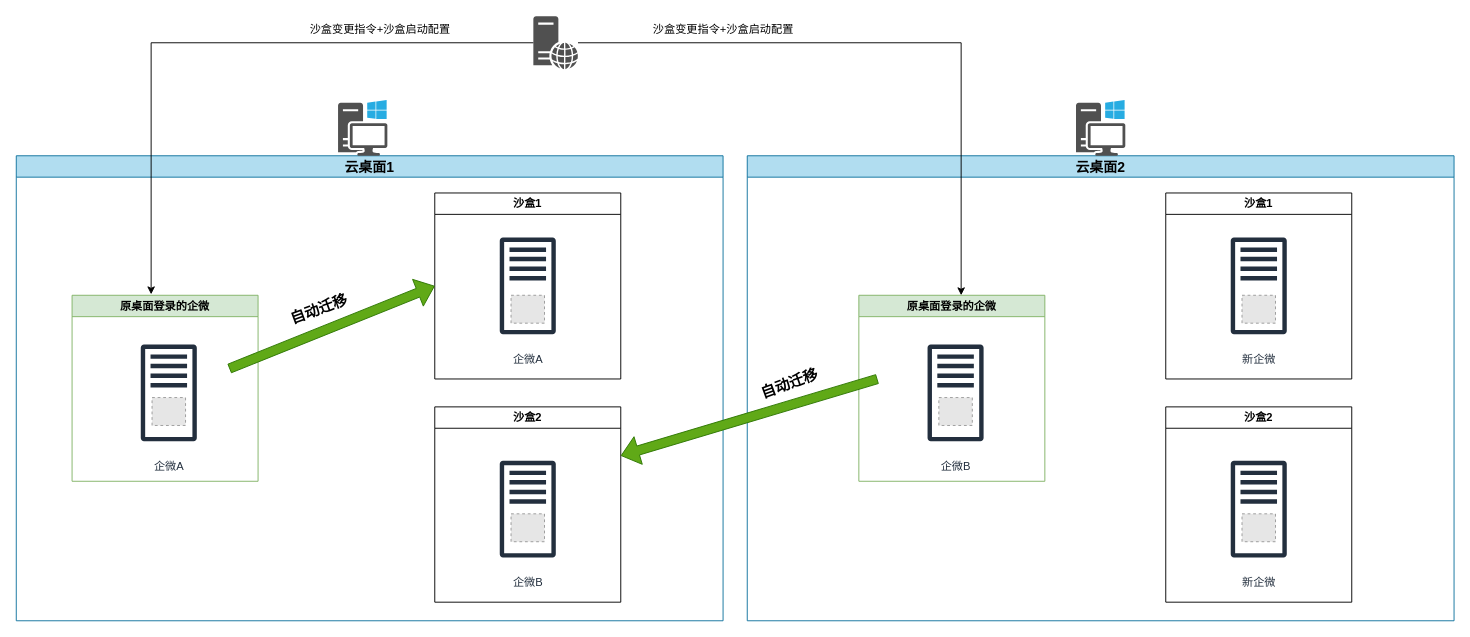
Earlier version of the draw.io diagram page "新" (2 of 2) of 沙盒企微迁移1.drawio (weishengzu/Draw.io). Source tidied: cells renumbered, new cells numbered last; positions are measured from the earlier drawing's top-left corner, leaving out a move shared by most shapes. Both pictures are drawn from the tidied source at 93%, with x=0, y=0 at pixel (16, 16). Pictures stored in the file or linked from it are replaced by grey dashed boxes.
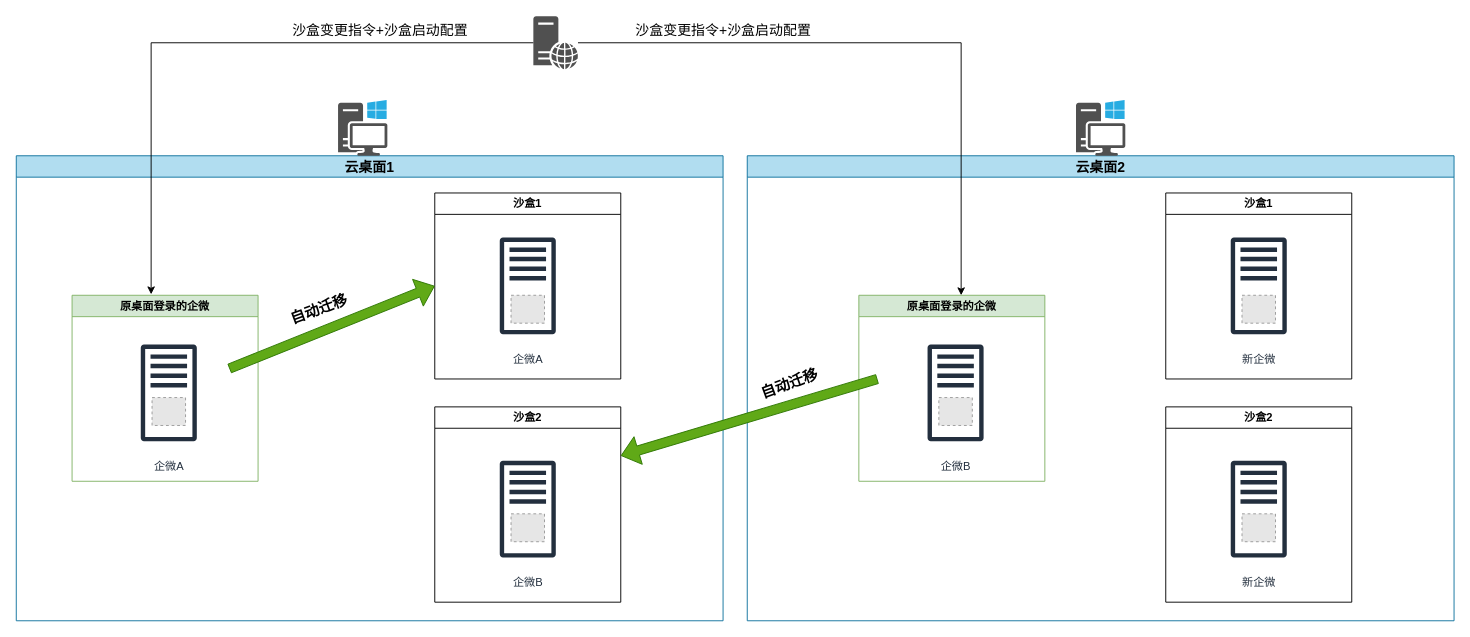
After the change.

Commit message:
更新沙盒企微迁移1.drawio

Change to the diagram source:
```diff
@@
-    <mxCell id="31" value="沙盒变更指令+沙盒启动配置" style="text;html=1;align=center;verticalAlign=middle;strokeColor=none;fillColor=none;" parent="1" vertex="1">
-      <mxGeometry x="675" width="170" height="30" as="geometry" />
+    <mxCell id="31" value="&lt;font style=&quot;font-size: 15px;&quot;&gt;沙盒变更指令+沙盒启动配置&lt;/font&gt;" style="text;html=1;align=center;verticalAlign=middle;strokeColor=none;fillColor=none;" parent="1" vertex="1">
+      <mxGeometry x="655" width="210" height="30" as="geometry" />
     </mxCell>
-    <mxCell id="32" value="沙盒变更指令+沙盒启动配置" style="text;html=1;align=center;verticalAlign=middle;strokeColor=none;fillColor=none;" parent="1" vertex="1">
-      <mxGeometry x="306" width="170" height="30" as="geometry" />
+    <mxCell id="32" value="&lt;font style=&quot;font-size: 15px;&quot;&gt;沙盒变更指令+沙盒启动配置&lt;/font&gt;" style="text;html=1;align=center;verticalAlign=middle;strokeColor=none;fillColor=none;" parent="1" vertex="1">
+      <mxGeometry x="286" width="210" height="30" as="geometry" />
     </mxCell>
```
